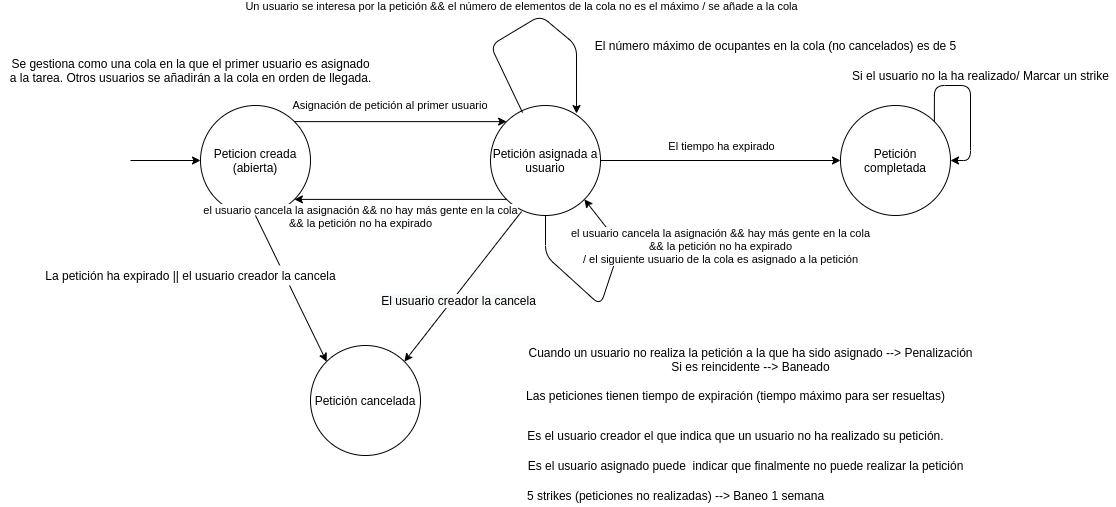
piter1902/otters keeps this draw.io diagram as docs/diagramas/diagramaFlujoPeticiones.png. Above is the earlier version. Source tidied: cells renumbered, new cells last; positions are measured from the earlier drawing's top-left corner, leaving out a move shared by most shapes.
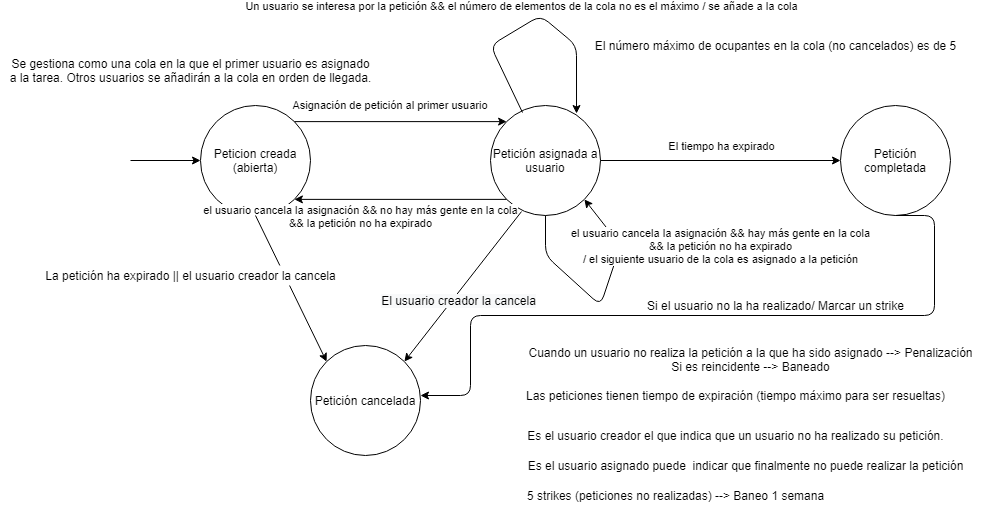
Later version of the same file.

Change to the diagram source:
```diff
@@ -101,17 +101,19 @@
     <mxCell id="26" value="5 strikes (peticiones no realizadas) --&amp;gt; Baneo 1 semana" style="text;html=1;align=center;verticalAlign=middle;" parent="1" vertex="1">
       <mxGeometry x="520" y="470" width="310" height="20" as="geometry" />
     </mxCell>
-    <mxCell id="27" style="edgeStyle=orthogonalEdgeStyle;rounded=1;orthogonalLoop=1;jettySize=auto;html=1;exitX=1;exitY=0;exitDx=0;exitDy=0;entryX=1;entryY=0.5;entryDx=0;entryDy=0;" parent="1" edge="1" source="10" target="10">
+    <mxCell id="27" style="edgeStyle=orthogonalEdgeStyle;rounded=1;jettySize=auto;html=1;exitX=0.5;exitY=1;exitDx=0;exitDy=0;" parent="1" edge="1" source="10">
       <mxGeometry relative="1" as="geometry">
+        <mxPoint x="420" y="380" as="targetPoint" />
         <Array as="points">
-          <mxPoint x="934" y="70" />
-          <mxPoint x="970" y="70" />
-          <mxPoint x="970" y="145" />
+          <mxPoint x="934" y="200" />
+          <mxPoint x="934" y="300" />
+          <mxPoint x="470" y="300" />
+          <mxPoint x="470" y="380" />
         </Array>
       </mxGeometry>
     </mxCell>
     <mxCell id="28" value="Si el usuario no la ha realizado/ Marcar un strike" style="text;html=1;align=center;verticalAlign=middle;strokeColor=none;" parent="1" vertex="1">
-      <mxGeometry x="845" y="50" width="270" height="20" as="geometry" />
+      <mxGeometry x="640" y="280" width="270" height="20" as="geometry" />
     </mxCell>
     <mxCell id="29" value="Es el usuario asignado puede&amp;nbsp; indicar que finalmente no puede realizar la petición" style="text;html=1;align=center;verticalAlign=middle;" parent="1" vertex="1">
       <mxGeometry x="520" y="440" width="450" height="20" as="geometry" />
```
